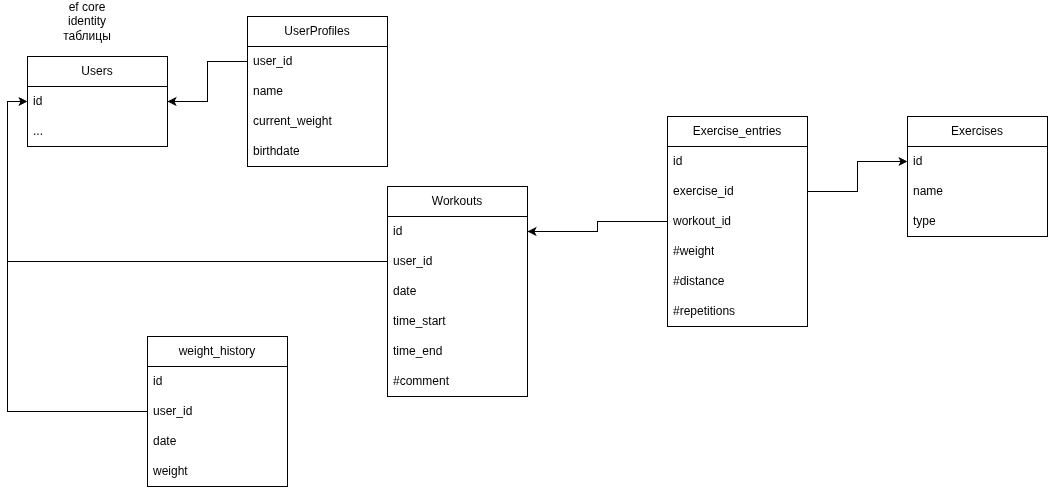
Earlier version of the draw.io export tracker-db.drawio.png (CITRUSR/sports-tracker). Source tidied: cells renumbered, new cells last; positions are measured from the earlier drawing's top-left corner, leaving out a move shared by most shapes.
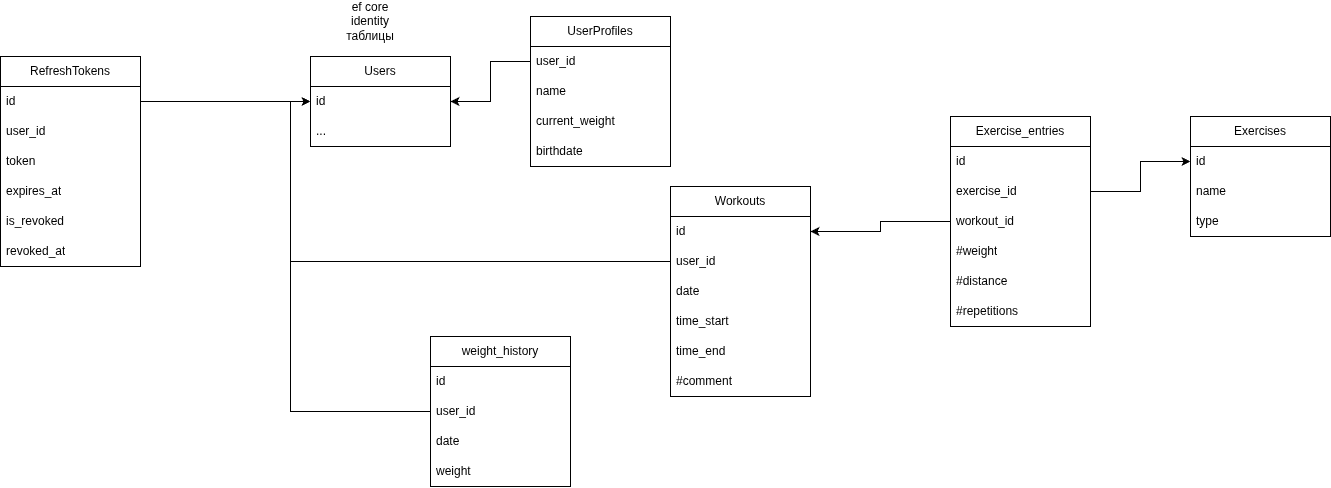
Above is the later version.

Commit message:
feat(db): add RefreshTokens table

Change to the diagram source:
```diff
@@ -113,5 +113,29 @@
     <mxCell id="38" style="edgeStyle=orthogonalEdgeStyle;rounded=0;jettySize=auto;html=1;entryX=0;entryY=0.5;entryDx=0;entryDy=0;" parent="1" edge="1" source="29" target="33">
       <mxGeometry relative="1" as="geometry" />
     </mxCell>
+    <mxCell id="39" value="RefreshTokens" style="swimlane;fontStyle=0;horizontal=1;startSize=30;whiteSpace=wrap;html=1;" parent="1" vertex="1">
+      <mxGeometry x="-310" y="50" width="140" height="210" as="geometry" />
+    </mxCell>
+    <mxCell id="40" value="id" style="text;strokeColor=none;fillColor=none;align=left;verticalAlign=middle;spacingLeft=4;spacingRight=4;overflow=hidden;points=[[0,0.5],[1,0.5]];portConstraint=eastwest;whiteSpace=wrap;html=1;" parent="39" vertex="1">
+      <mxGeometry y="30" width="140" height="30" as="geometry" />
+    </mxCell>
+    <mxCell id="41" value="user_id" style="text;strokeColor=none;fillColor=none;align=left;verticalAlign=middle;spacingLeft=4;spacingRight=4;overflow=hidden;whiteSpace=wrap;html=1;" parent="39" vertex="1">
+      <mxGeometry y="60" width="140" height="30" as="geometry" />
+    </mxCell>
+    <mxCell id="42" value="token" style="text;strokeColor=none;fillColor=none;align=left;verticalAlign=middle;spacingLeft=4;spacingRight=4;overflow=hidden;whiteSpace=wrap;html=1;" parent="39" vertex="1">
+      <mxGeometry y="90" width="140" height="30" as="geometry" />
+    </mxCell>
+    <mxCell id="43" value="expires_at" style="text;strokeColor=none;fillColor=none;align=left;verticalAlign=middle;spacingLeft=4;spacingRight=4;overflow=hidden;whiteSpace=wrap;html=1;" parent="39" vertex="1">
+      <mxGeometry y="120" width="140" height="30" as="geometry" />
+    </mxCell>
+    <mxCell id="44" value="is_revoked" style="text;strokeColor=none;fillColor=none;align=left;verticalAlign=middle;spacingLeft=4;spacingRight=4;overflow=hidden;whiteSpace=wrap;html=1;" parent="39" vertex="1">
+      <mxGeometry y="150" width="140" height="30" as="geometry" />
+    </mxCell>
+    <mxCell id="45" value="revoked_at" style="text;strokeColor=none;fillColor=none;align=left;verticalAlign=middle;spacingLeft=4;spacingRight=4;overflow=hidden;whiteSpace=wrap;html=1;" parent="39" vertex="1">
+      <mxGeometry y="180" width="140" height="30" as="geometry" />
+    </mxCell>
+    <mxCell id="46" style="edgeStyle=none;html=1;entryX=0;entryY=0.5;entryDx=0;entryDy=0;" parent="1" edge="1" source="40" target="33">
+      <mxGeometry relative="1" as="geometry" />
+    </mxCell>
   </root>
 </mxGraphModel>
```
